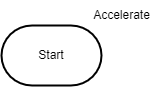
Before: Unit2-05/design/flowchart.png, a diagram exported from draw.io (evan-beaudoin99/ICS4U-Unit2-Evan-Beaudoin). Source tidied: cells renumbered, new cells last; positions are measured from the earlier drawing's top-left corner, leaving out a move shared by most shapes. Source of this version:
```xml
<mxGraphModel>
  <root>
    <mxCell id="0" />
    <mxCell id="1" parent="0" />
    <mxCell id="2" value="Start" style="strokeWidth=2;html=1;shape=mxgraph.flowchart.terminator;whiteSpace=wrap;" parent="1" vertex="1">
      <mxGeometry y="25" width="100" height="60" as="geometry" />
    </mxCell>
    <mxCell id="3" value="Accelerate" style="text;html=1;align=center;verticalAlign=middle;strokeColor=none;fillColor=none;" parent="1" vertex="1">
      <mxGeometry x="80" width="80" height="30" as="geometry" />
    </mxCell>
  </root>
</mxGraphModel>
```
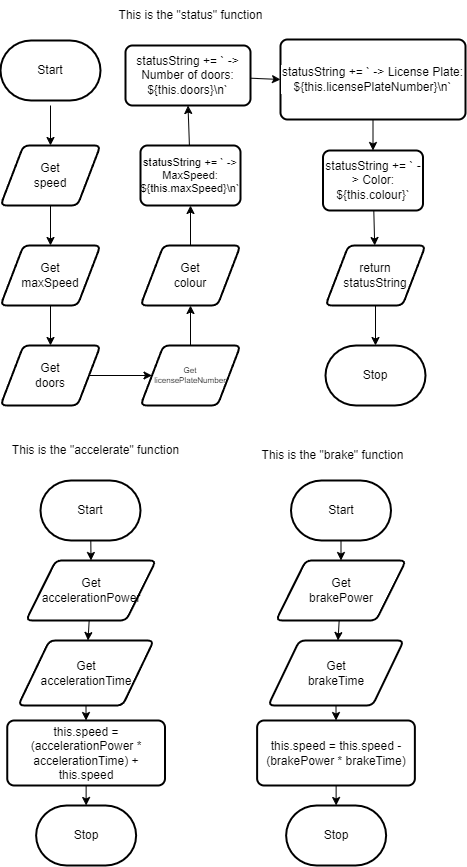
Later version of the same file.

Diff of the diagram source:
```diff
@@ -2,11 +2,145 @@
   <root>
     <mxCell id="0" />
     <mxCell id="1" parent="0" />
-    <mxCell id="2" value="Start" style="strokeWidth=2;html=1;shape=mxgraph.flowchart.terminator;whiteSpace=wrap;" parent="1" vertex="1">
-      <mxGeometry y="25" width="100" height="60" as="geometry" />
-    </mxCell>
-    <mxCell id="3" value="Accelerate" style="text;html=1;align=center;verticalAlign=middle;strokeColor=none;fillColor=none;" parent="1" vertex="1">
-      <mxGeometry x="80" width="80" height="30" as="geometry" />
-    </mxCell>
+    <mxCell id="4" style="edgeStyle=none;html=1;entryX=0.5;entryY=0;entryDx=0;entryDy=0;" parent="1" edge="1" target="6">
+      <mxGeometry relative="1" as="geometry">
+        <mxPoint x="-230" y="165" as="sourcePoint" />
+      </mxGeometry>
+    </mxCell>
+    <mxCell id="5" style="edgeStyle=none;html=1;fontSize=7;" parent="1" edge="1" source="6" target="11">
+      <mxGeometry relative="1" as="geometry" />
+    </mxCell>
+    <mxCell id="6" value="Get&lt;br&gt;speed" style="shape=parallelogram;html=1;strokeWidth=2;perimeter=parallelogramPerimeter;whiteSpace=wrap;rounded=1;arcSize=12;size=0.23;fontSize=12;" parent="1" vertex="1">
+      <mxGeometry x="-280" y="205" width="100" height="60" as="geometry" />
+    </mxCell>
+    <mxCell id="7" value="This is the &quot;status&quot; function" style="text;html=1;align=center;verticalAlign=middle;strokeColor=none;fillColor=none;" parent="1" vertex="1">
+      <mxGeometry x="-173" y="60" width="165" height="30" as="geometry" />
+    </mxCell>
+    <mxCell id="8" style="edgeStyle=none;html=1;fontSize=8;" parent="1" edge="1" source="9">
+      <mxGeometry relative="1" as="geometry">
+        <mxPoint x="95" y="405" as="targetPoint" />
+      </mxGeometry>
+    </mxCell>
+    <mxCell id="9" value="return&lt;br&gt;statusString" style="shape=parallelogram;html=1;strokeWidth=2;perimeter=parallelogramPerimeter;whiteSpace=wrap;rounded=1;arcSize=12;size=0.23;fontSize=12;" parent="1" vertex="1">
+      <mxGeometry x="45" y="305" width="100" height="60" as="geometry" />
+    </mxCell>
+    <mxCell id="10" style="edgeStyle=none;html=1;entryX=0.5;entryY=0;entryDx=0;entryDy=0;fontSize=7;" parent="1" edge="1" source="11" target="13">
+      <mxGeometry relative="1" as="geometry" />
+    </mxCell>
+    <mxCell id="11" value="Get&lt;br&gt;maxSpeed" style="shape=parallelogram;html=1;strokeWidth=2;perimeter=parallelogramPerimeter;whiteSpace=wrap;rounded=1;arcSize=12;size=0.23;fontSize=12;" parent="1" vertex="1">
+      <mxGeometry x="-280" y="305" width="100" height="60" as="geometry" />
+    </mxCell>
+    <mxCell id="12" style="edgeStyle=none;html=1;fontSize=7;" parent="1" edge="1" source="13" target="15">
+      <mxGeometry relative="1" as="geometry" />
+    </mxCell>
+    <mxCell id="13" value="Get&lt;br&gt;doors" style="shape=parallelogram;html=1;strokeWidth=2;perimeter=parallelogramPerimeter;whiteSpace=wrap;rounded=1;arcSize=12;size=0.23;fontSize=12;" parent="1" vertex="1">
+      <mxGeometry x="-280" y="405" width="100" height="60" as="geometry" />
+    </mxCell>
+    <mxCell id="14" style="edgeStyle=none;html=1;fontSize=7;" parent="1" edge="1" source="15" target="17">
+      <mxGeometry relative="1" as="geometry" />
+    </mxCell>
+    <mxCell id="15" value="Get&lt;br style=&quot;font-size: 8px;&quot;&gt;licensePlateNumber" style="shape=parallelogram;html=1;strokeWidth=2;perimeter=parallelogramPerimeter;whiteSpace=wrap;rounded=1;arcSize=12;size=0.23;fontSize=8;" parent="1" vertex="1">
+      <mxGeometry x="-140" y="405" width="100" height="60" as="geometry" />
+    </mxCell>
+    <mxCell id="16" style="edgeStyle=none;html=1;entryX=0.5;entryY=1;entryDx=0;entryDy=0;fontSize=7;" parent="1" edge="1" source="17" target="19">
+      <mxGeometry relative="1" as="geometry" />
+    </mxCell>
+    <mxCell id="17" value="Get&lt;br&gt;colour" style="shape=parallelogram;html=1;strokeWidth=2;perimeter=parallelogramPerimeter;whiteSpace=wrap;rounded=1;arcSize=12;size=0.23;fontSize=12;" parent="1" vertex="1">
+      <mxGeometry x="-140" y="305" width="100" height="60" as="geometry" />
+    </mxCell>
+    <mxCell id="18" style="edgeStyle=none;html=1;entryX=0.5;entryY=1;entryDx=0;entryDy=0;fontSize=7;" parent="1" edge="1" source="19" target="21">
+      <mxGeometry relative="1" as="geometry" />
+    </mxCell>
+    <mxCell id="19" value="statusString += ` -&amp;gt; MaxSpeed: ${this.maxSpeed}\n`" style="rounded=1;whiteSpace=wrap;html=1;absoluteArcSize=1;arcSize=14;strokeWidth=2;fontSize=11;" parent="1" vertex="1">
+      <mxGeometry x="-140" y="205" width="100" height="60" as="geometry" />
+    </mxCell>
+    <mxCell id="20" style="edgeStyle=none;html=1;entryX=0;entryY=0.5;entryDx=0;entryDy=0;fontSize=7;" parent="1" edge="1" source="21" target="23">
+      <mxGeometry relative="1" as="geometry" />
+    </mxCell>
+    <mxCell id="21" value="statusString += ` -&amp;gt; Number of doors: ${this.doors}\n`" style="rounded=1;whiteSpace=wrap;html=1;absoluteArcSize=1;arcSize=14;strokeWidth=2;fontSize=12;" parent="1" vertex="1">
+      <mxGeometry x="-155" y="105" width="125" height="60" as="geometry" />
+    </mxCell>
+    <mxCell id="22" style="edgeStyle=none;html=1;fontSize=7;" parent="1" edge="1" source="23" target="25">
+      <mxGeometry relative="1" as="geometry" />
+    </mxCell>
+    <mxCell id="23" value="&lt;font style=&quot;font-size: 12px;&quot;&gt;statusString += ` -&amp;gt; License Plate: ${this.licensePlateNumber}\n`&lt;/font&gt;" style="rounded=1;whiteSpace=wrap;html=1;absoluteArcSize=1;arcSize=14;strokeWidth=2;fontSize=7;labelBackgroundColor=default;" parent="1" vertex="1">
+      <mxGeometry y="99" width="185" height="80" as="geometry" />
+    </mxCell>
+    <mxCell id="24" style="edgeStyle=none;html=1;fontSize=7;" parent="1" edge="1" source="25" target="9">
+      <mxGeometry relative="1" as="geometry" />
+    </mxCell>
+    <mxCell id="25" value="statusString += ` -&amp;gt; Color: ${this.colour}`" style="rounded=1;whiteSpace=wrap;html=1;absoluteArcSize=1;arcSize=14;strokeWidth=2;fontSize=12;" parent="1" vertex="1">
+      <mxGeometry x="42.5" y="210" width="100" height="60" as="geometry" />
+    </mxCell>
+    <mxCell id="26" value="This is the &quot;accelerate&quot; function" style="text;html=1;align=center;verticalAlign=middle;strokeColor=none;fillColor=none;" parent="1" vertex="1">
+      <mxGeometry x="-280" y="495" width="190" height="30" as="geometry" />
+    </mxCell>
+    <mxCell id="27" style="edgeStyle=none;html=1;fontSize=12;" parent="1" edge="1" source="28" target="30">
+      <mxGeometry relative="1" as="geometry" />
+    </mxCell>
+    <mxCell id="28" value="Get&lt;br style=&quot;font-size: 12px;&quot;&gt;accelerationPower" style="shape=parallelogram;html=1;strokeWidth=2;perimeter=parallelogramPerimeter;whiteSpace=wrap;rounded=1;arcSize=12;size=0.23;fontSize=12;" parent="1" vertex="1">
+      <mxGeometry x="-254.5" y="620" width="130" height="60" as="geometry" />
+    </mxCell>
+    <mxCell id="29" style="edgeStyle=none;html=1;exitX=0.5;exitY=1;exitDx=0;exitDy=0;" parent="1" edge="1" source="30" target="32">
+      <mxGeometry relative="1" as="geometry" />
+    </mxCell>
+    <mxCell id="30" value="Get&lt;br style=&quot;font-size: 12px;&quot;&gt;accelerationTime" style="shape=parallelogram;html=1;strokeWidth=2;perimeter=parallelogramPerimeter;whiteSpace=wrap;rounded=1;arcSize=12;size=0.23;fontSize=12;" parent="1" vertex="1">
+      <mxGeometry x="-262.2" y="700" width="135.5" height="65" as="geometry" />
+    </mxCell>
+    <mxCell id="31" style="edgeStyle=none;html=1;exitX=0.5;exitY=1;exitDx=0;exitDy=0;entryX=0.5;entryY=0;entryDx=0;entryDy=0;entryPerimeter=0;" parent="1" edge="1" source="32" target="37">
+      <mxGeometry relative="1" as="geometry" />
+    </mxCell>
+    <mxCell id="32" value="this.speed = (accelerationPower * accelerationTime) + this.speed" style="rounded=1;whiteSpace=wrap;html=1;absoluteArcSize=1;arcSize=14;strokeWidth=2;fontSize=12;" parent="1" vertex="1">
+      <mxGeometry x="-273.2" y="780" width="157.8" height="65" as="geometry" />
+    </mxCell>
+    <mxCell id="33" value="Start" style="strokeWidth=2;html=1;shape=mxgraph.flowchart.terminator;whiteSpace=wrap;" parent="1" vertex="1">
+      <mxGeometry x="-280" y="100" width="100" height="60" as="geometry" />
+    </mxCell>
+    <mxCell id="34" value="Stop" style="strokeWidth=2;html=1;shape=mxgraph.flowchart.terminator;whiteSpace=wrap;" parent="1" vertex="1">
+      <mxGeometry x="45" y="405" width="100" height="60" as="geometry" />
+    </mxCell>
+    <mxCell id="35" style="edgeStyle=none;html=1;entryX=0.5;entryY=0;entryDx=0;entryDy=0;" parent="1" edge="1" source="36" target="28">
+      <mxGeometry relative="1" as="geometry" />
+    </mxCell>
+    <mxCell id="36" value="Start" style="strokeWidth=2;html=1;shape=mxgraph.flowchart.terminator;whiteSpace=wrap;" parent="1" vertex="1">
+      <mxGeometry x="-240" y="540" width="100" height="60" as="geometry" />
+    </mxCell>
+    <mxCell id="37" value="Stop" style="strokeWidth=2;html=1;shape=mxgraph.flowchart.terminator;whiteSpace=wrap;" parent="1" vertex="1">
+      <mxGeometry x="-244.4" y="865" width="100" height="60" as="geometry" />
+    </mxCell>
+    <mxCell id="38" value="This is the &quot;brake&quot; function" style="text;html=1;align=center;verticalAlign=middle;strokeColor=none;fillColor=none;" parent="1" vertex="1">
+      <mxGeometry x="-30.6" y="500" width="165" height="30" as="geometry" />
+    </mxCell>
+    <mxCell id="39" style="edgeStyle=none;html=1;fontSize=12;" parent="1" edge="1" source="40" target="42">
+      <mxGeometry relative="1" as="geometry" />
+    </mxCell>
+    <mxCell id="40" value="Get&lt;br&gt;brakePower" style="shape=parallelogram;html=1;strokeWidth=2;perimeter=parallelogramPerimeter;whiteSpace=wrap;rounded=1;arcSize=12;size=0.23;fontSize=12;" parent="1" vertex="1">
+      <mxGeometry x="-4.5" y="620" width="130" height="60" as="geometry" />
+    </mxCell>
+    <mxCell id="41" style="edgeStyle=none;html=1;exitX=0.5;exitY=1;exitDx=0;exitDy=0;" parent="1" edge="1" source="42">
+      <mxGeometry relative="1" as="geometry">
+        <mxPoint x="55.5" y="780" as="targetPoint" />
+      </mxGeometry>
+    </mxCell>
+    <mxCell id="42" value="Get&lt;br style=&quot;font-size: 12px;&quot;&gt;brakeTime" style="shape=parallelogram;html=1;strokeWidth=2;perimeter=parallelogramPerimeter;whiteSpace=wrap;rounded=1;arcSize=12;size=0.23;fontSize=12;" parent="1" vertex="1">
+      <mxGeometry x="-12.2" y="700" width="135.5" height="65" as="geometry" />
+    </mxCell>
+    <mxCell id="43" style="edgeStyle=none;html=1;exitX=0.5;exitY=1;exitDx=0;exitDy=0;entryX=0.5;entryY=0;entryDx=0;entryDy=0;entryPerimeter=0;" parent="1" edge="1" target="46">
+      <mxGeometry relative="1" as="geometry">
+        <mxPoint x="55.6" y="845" as="sourcePoint" />
+      </mxGeometry>
+    </mxCell>
+    <mxCell id="44" style="edgeStyle=none;html=1;entryX=0.5;entryY=0;entryDx=0;entryDy=0;" parent="1" edge="1" source="45" target="40">
+      <mxGeometry relative="1" as="geometry" />
+    </mxCell>
+    <mxCell id="45" value="Start" style="strokeWidth=2;html=1;shape=mxgraph.flowchart.terminator;whiteSpace=wrap;" parent="1" vertex="1">
+      <mxGeometry x="10.5" y="540" width="100" height="60" as="geometry" />
+    </mxCell>
+    <mxCell id="46" value="Stop" style="strokeWidth=2;html=1;shape=mxgraph.flowchart.terminator;whiteSpace=wrap;" parent="1" vertex="1">
+      <mxGeometry x="5.6" y="865" width="100" height="60" as="geometry" />
+    </mxCell>
+    <mxCell id="47" value="this.speed = this.speed - (brakePower * brakeTime)" style="rounded=1;whiteSpace=wrap;html=1;absoluteArcSize=1;arcSize=14;strokeWidth=2;fontSize=12;" parent="1" vertex="1">
+      <mxGeometry x="-23.4" y="780" width="157.8" height="65" as="geometry" />
+    </mxCell>
   </root>
 </mxGraphModel>
```
